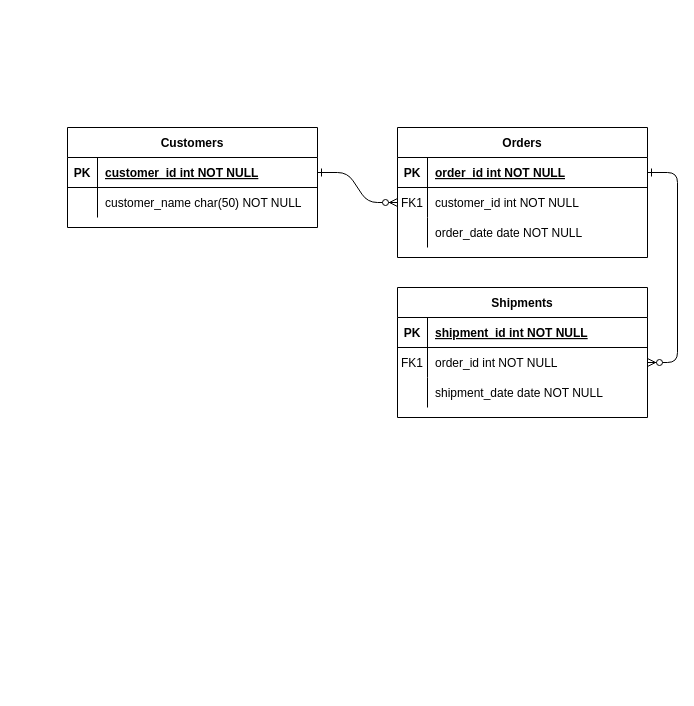
body-88/my-first-repo keeps this draw.io diagram as page "Page-1" (1 of 2) of Untitled Diagram.drawio. Above is the earlier version. Source tidied: cells renumbered, new cells numbered last; positions are measured from the earlier drawing's top-left corner, leaving out a move shared by most shapes. Both pictures are drawn from the tidied source at 100%, with x=0, y=0 at pixel (67, 127).
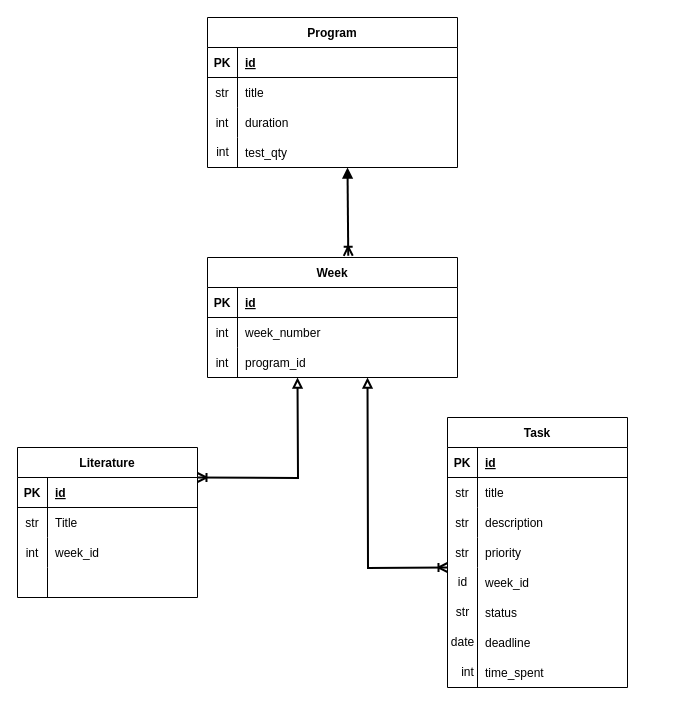
The same diagram, later.

The change refers to these unchanged cells:
```xml
<mxCell id="5" style="shape=partialRectangle;fillColor=none;points=[[0,0.5],[1,0.5]];portConstraint=eastwest;top=0;left=0;right=0;bottom=1;" parent="4" vertex="1">
  <mxGeometry y="30" width="250" height="30" as="geometry" />
</mxCell>
<mxCell id="8" style="shape=partialRectangle;fillColor=none;points=[[0,0.5],[1,0.5]];portConstraint=eastwest;top=0;left=0;right=0;bottom=0;" parent="4" vertex="1">
  <mxGeometry y="60" width="250" height="30" as="geometry" />
</mxCell>
<mxCell id="11" style="shape=partialRectangle;fillColor=none;points=[[0,0.5],[1,0.5]];portConstraint=eastwest;top=0;left=0;right=0;bottom=0;" parent="4" vertex="1">
  <mxGeometry y="90" width="250" height="30" as="geometry" />
</mxCell>
<mxCell id="15" style="shape=partialRectangle;fillColor=none;top=0;left=0;right=0;bottom=1;" parent="14" vertex="1">
  <mxGeometry y="30" width="250" height="30" as="geometry" />
</mxCell>
<mxCell id="18" style="shape=partialRectangle;fillColor=none;points=[[0,0.5],[1,0.5]];portConstraint=eastwest;top=0;left=0;right=0;bottom=0;" parent="14" vertex="1">
  <mxGeometry y="60" width="250" height="30" as="geometry" />
</mxCell>
<mxCell id="21" style="shape=partialRectangle;fillColor=none;top=0;left=0;right=0;bottom=0;" parent="14" vertex="1">
  <mxGeometry y="90" width="250" height="30" as="geometry" />
</mxCell>
```

Diff of the diagram source:
```diff
@@
-    <mxCell id="2" style="edgeStyle=entityRelationEdgeStyle;endArrow=ERzeroToMany;startArrow=ERone;endFill=1;startFill=0;" parent="1" edge="1" source="25" target="8">
-      <mxGeometry relative="1" as="geometry" />
-    </mxCell>
-    <mxCell id="3" style="edgeStyle=entityRelationEdgeStyle;endArrow=ERzeroToMany;startArrow=ERone;endFill=1;startFill=0;" parent="1" edge="1" source="5" target="18">
-      <mxGeometry relative="1" as="geometry" />
-    </mxCell>
-    <mxCell id="4" value="Orders" style="shape=table;startSize=30;childLayout=tableLayout;rowLines=0;fontStyle=1;align=center;" parent="1" vertex="1">
-      <mxGeometry x="330" width="250" height="130" as="geometry" />
+    <mxCell id="4" value="Program" style="shape=table;startSize=30;childLayout=tableLayout;rowLines=0;fontStyle=1;align=center;" parent="1" vertex="1">
+      <mxGeometry x="140" y="-110" width="250" height="150" as="geometry" />
     </mxCell>
@@
-    <mxCell id="7" value="order_id int NOT NULL " style="shape=partialRectangle;overflow=hidden;fillColor=none;top=0;left=0;bottom=0;right=0;align=left;spacingLeft=6;fontStyle=5;" parent="5" vertex="1">
+    <mxCell id="7" value="id" style="shape=partialRectangle;overflow=hidden;fillColor=none;top=0;left=0;bottom=0;right=0;align=left;spacingLeft=6;fontStyle=5;" parent="5" vertex="1">
       <mxGeometry x="30" width="220" height="30" as="geometry" />
     </mxCell>
@@
-    <mxCell id="9" value="FK1" style="shape=partialRectangle;overflow=hidden;fillColor=none;top=0;left=0;bottom=0;right=0;" parent="8" vertex="1">
+    <mxCell id="9" value="str" style="shape=partialRectangle;overflow=hidden;fillColor=none;top=0;left=0;bottom=0;right=0;" parent="8" vertex="1">
       <mxGeometry width="30" height="30" as="geometry" />
     </mxCell>
-    <mxCell id="10" value="customer_id int NOT NULL" style="shape=partialRectangle;overflow=hidden;fillColor=none;top=0;left=0;bottom=0;right=0;align=left;spacingLeft=6;" parent="8" vertex="1">
+    <mxCell id="10" value="title" style="shape=partialRectangle;overflow=hidden;fillColor=none;top=0;left=0;bottom=0;right=0;align=left;spacingLeft=6;" parent="8" vertex="1">
       <mxGeometry x="30" width="220" height="30" as="geometry" />
     </mxCell>
@@
-    <mxCell id="12" style="shape=partialRectangle;overflow=hidden;fillColor=none;top=0;left=0;bottom=0;right=0;" parent="11" vertex="1">
+    <mxCell id="12" value="int" style="shape=partialRectangle;overflow=hidden;fillColor=none;top=0;left=0;bottom=0;right=0;" parent="11" vertex="1">
       <mxGeometry width="30" height="30" as="geometry" />
     </mxCell>
-    <mxCell id="13" value="order_date date NOT NULL" style="shape=partialRectangle;overflow=hidden;fillColor=none;top=0;left=0;bottom=0;right=0;align=left;spacingLeft=6;" parent="11" vertex="1">
+    <mxCell id="13" value="duration" style="shape=partialRectangle;overflow=hidden;fillColor=none;top=0;left=0;bottom=0;right=0;align=left;spacingLeft=6;" parent="11" vertex="1">
       <mxGeometry x="30" width="220" height="30" as="geometry" />
     </mxCell>
-    <mxCell id="14" value="Shipments" style="shape=table;startSize=30;childLayout=tableLayout;rowLines=0;fontStyle=1;align=center;" parent="1" vertex="1">
-      <mxGeometry x="330" y="160" width="250" height="130" as="geometry" />
+    <mxCell id="14" value="Week" style="shape=table;startSize=30;childLayout=tableLayout;rowLines=0;fontStyle=1;align=center;" parent="1" vertex="1">
+      <mxGeometry x="140" y="130" width="250" height="120" as="geometry" />
     </mxCell>
@@
-    <mxCell id="17" value="shipment_id int NOT NULL " style="shape=partialRectangle;overflow=hidden;fillColor=none;top=0;left=0;bottom=0;right=0;align=left;spacingLeft=6;fontStyle=5;" parent="15" vertex="1">
+    <mxCell id="17" value="id" style="shape=partialRectangle;overflow=hidden;fillColor=none;top=0;left=0;bottom=0;right=0;align=left;spacingLeft=6;fontStyle=5;" parent="15" vertex="1">
       <mxGeometry x="30" width="220" height="30" as="geometry" />
     </mxCell>
@@
-    <mxCell id="19" value="FK1" style="shape=partialRectangle;overflow=hidden;fillColor=none;top=0;left=0;bottom=0;right=0;" parent="18" vertex="1">
+    <mxCell id="19" value="int" style="shape=partialRectangle;overflow=hidden;fillColor=none;top=0;left=0;bottom=0;right=0;" parent="18" vertex="1">
       <mxGeometry width="30" height="30" as="geometry" />
     </mxCell>
-    <mxCell id="20" value="order_id int NOT NULL" style="shape=partialRectangle;overflow=hidden;fillColor=none;top=0;left=0;bottom=0;right=0;align=left;spacingLeft=6;" parent="18" vertex="1">
+    <mxCell id="20" value="week_number" style="shape=partialRectangle;overflow=hidden;fillColor=none;top=0;left=0;bottom=0;right=0;align=left;spacingLeft=6;" parent="18" vertex="1">
       <mxGeometry x="30" width="220" height="30" as="geometry" />
     </mxCell>
@@
-    <mxCell id="22" style="shape=partialRectangle;overflow=hidden;fillColor=none;top=0;left=0;bottom=0;right=0;" parent="21" vertex="1">
+    <mxCell id="22" value="int" style="shape=partialRectangle;overflow=hidden;fillColor=none;top=0;left=0;bottom=0;right=0;" parent="21" vertex="1">
       <mxGeometry width="30" height="30" as="geometry" />
     </mxCell>
-    <mxCell id="23" value="shipment_date date NOT NULL" style="shape=partialRectangle;overflow=hidden;fillColor=none;top=0;left=0;bottom=0;right=0;align=left;spacingLeft=6;" parent="21" vertex="1">
+    <mxCell id="23" value="program_id" style="shape=partialRectangle;overflow=hidden;fillColor=none;top=0;left=0;bottom=0;right=0;align=left;spacingLeft=6;" parent="21" vertex="1">
       <mxGeometry x="30" width="220" height="30" as="geometry" />
     </mxCell>
-    <mxCell id="24" value="Customers" style="shape=table;startSize=30;childLayout=tableLayout;rowLines=0;fontStyle=1;align=center;" parent="1" vertex="1">
-      <mxGeometry width="250" height="100" as="geometry" />
-    </mxCell>
-    <mxCell id="25" style="shape=partialRectangle;fillColor=none;points=[[0,0.5],[1,0.5]];portConstraint=eastwest;top=0;left=0;right=0;bottom=1;" parent="24" vertex="1">
-      <mxGeometry y="30" width="250" height="30" as="geometry" />
-    </mxCell>
-    <mxCell id="26" value="PK" style="shape=partialRectangle;overflow=hidden;fillColor=none;top=0;left=0;bottom=0;right=0;fontStyle=1;" parent="25" vertex="1">
-      <mxGeometry width="30" height="30" as="geometry" />
-    </mxCell>
-    <mxCell id="27" value="customer_id int NOT NULL " style="shape=partialRectangle;overflow=hidden;fillColor=none;top=0;left=0;bottom=0;right=0;align=left;spacingLeft=6;fontStyle=5;" parent="25" vertex="1">
-      <mxGeometry x="30" width="220" height="30" as="geometry" />
-    </mxCell>
-    <mxCell id="28" style="shape=partialRectangle;fillColor=none;top=0;left=0;right=0;bottom=0;" parent="24" vertex="1">
-      <mxGeometry y="60" width="250" height="30" as="geometry" />
-    </mxCell>
-    <mxCell id="29" style="shape=partialRectangle;overflow=hidden;fillColor=none;top=0;left=0;bottom=0;right=0;" parent="28" vertex="1">
-      <mxGeometry width="30" height="30" as="geometry" />
-    </mxCell>
-    <mxCell id="30" value="customer_name char(50) NOT NULL" style="shape=partialRectangle;overflow=hidden;fillColor=none;top=0;left=0;bottom=0;right=0;align=left;spacingLeft=6;" parent="28" vertex="1">
-      <mxGeometry x="30" width="220" height="30" as="geometry" />
-    </mxCell>
+    <mxCell id="31" style="endArrow=none;html=1;rounded=0;" parent="1" edge="1" source="11">
+      <mxGeometry relative="1" as="geometry">
+        <mxPoint x="330" y="10" as="targetPoint" />
+      </mxGeometry>
+    </mxCell>
+    <mxCell id="32" value="test_qty" style="shape=partialRectangle;overflow=hidden;fillColor=none;top=0;left=0;bottom=0;right=0;align=left;spacingLeft=6;" parent="1" vertex="1">
+      <mxGeometry x="170" y="10" width="220" height="30" as="geometry" />
+    </mxCell>
+    <mxCell id="33" style="endArrow=none;html=1;rounded=0;" parent="1" edge="1">
+      <mxGeometry relative="1" as="geometry">
+        <mxPoint x="170" y="40" as="sourcePoint" />
+        <mxPoint x="170" y="10" as="targetPoint" />
+      </mxGeometry>
+    </mxCell>
+    <mxCell id="34" value="int" style="text;html=1;align=center;verticalAlign=middle;strokeColor=none;fillColor=none;" parent="1" vertex="1">
+      <mxGeometry x="140" y="15" width="30" height="20" as="geometry" />
+    </mxCell>
+    <mxCell id="35" value="Task" style="shape=table;startSize=30;childLayout=tableLayout;rowLines=0;fontStyle=1;align=center;" parent="1" vertex="1">
+      <mxGeometry x="380" y="290" width="180" height="270" as="geometry" />
+    </mxCell>
+    <mxCell id="36" style="shape=tableRow;horizontal=0;startSize=0;swimlaneHead=0;swimlaneBody=0;fillColor=none;top=0;left=0;right=0;bottom=1;" parent="35" vertex="1">
+      <mxGeometry y="30" width="180" height="30" as="geometry" />
+    </mxCell>
+    <mxCell id="37" value="PK" style="shape=partialRectangle;fillColor=none;top=0;left=0;bottom=0;right=0;fontStyle=1;overflow=hidden;" parent="36" vertex="1">
+      <mxGeometry width="30" height="30" as="geometry" />
+    </mxCell>
+    <mxCell id="38" value="id" style="shape=partialRectangle;fillColor=none;top=0;left=0;bottom=0;right=0;align=left;spacingLeft=6;fontStyle=5;overflow=hidden;" parent="36" vertex="1">
+      <mxGeometry x="30" width="150" height="30" as="geometry" />
+    </mxCell>
+    <mxCell id="39" style="shape=tableRow;horizontal=0;startSize=0;swimlaneHead=0;swimlaneBody=0;fillColor=none;top=0;left=0;right=0;bottom=0;" parent="35" vertex="1">
+      <mxGeometry y="60" width="180" height="30" as="geometry" />
+    </mxCell>
+    <mxCell id="40" value="str" style="shape=partialRectangle;fillColor=none;top=0;left=0;bottom=0;right=0;overflow=hidden;" parent="39" vertex="1">
+      <mxGeometry width="30" height="30" as="geometry" />
+    </mxCell>
+    <mxCell id="41" value="title" style="shape=partialRectangle;fillColor=none;top=0;left=0;bottom=0;right=0;align=left;spacingLeft=6;overflow=hidden;" parent="39" vertex="1">
+      <mxGeometry x="30" width="150" height="30" as="geometry" />
+    </mxCell>
+    <mxCell id="42" style="shape=tableRow;horizontal=0;startSize=0;swimlaneHead=0;swimlaneBody=0;fillColor=none;top=0;left=0;right=0;bottom=0;" parent="35" vertex="1">
+      <mxGeometry y="90" width="180" height="30" as="geometry" />
+    </mxCell>
+    <mxCell id="43" value="str" style="shape=partialRectangle;fillColor=none;top=0;left=0;bottom=0;right=0;overflow=hidden;" parent="42" vertex="1">
+      <mxGeometry width="30" height="30" as="geometry" />
+    </mxCell>
+    <mxCell id="44" value="description" style="shape=partialRectangle;fillColor=none;top=0;left=0;bottom=0;right=0;align=left;spacingLeft=6;overflow=hidden;" parent="42" vertex="1">
+      <mxGeometry x="30" width="150" height="30" as="geometry" />
+    </mxCell>
+    <mxCell id="45" style="shape=tableRow;horizontal=0;startSize=0;swimlaneHead=0;swimlaneBody=0;fillColor=none;top=0;left=0;right=0;bottom=0;" parent="35" vertex="1">
+      <mxGeometry y="120" width="180" height="30" as="geometry" />
+    </mxCell>
+    <mxCell id="46" value="str" style="shape=partialRectangle;fillColor=none;top=0;left=0;bottom=0;right=0;overflow=hidden;" parent="45" vertex="1">
+      <mxGeometry width="30" height="30" as="geometry" />
+    </mxCell>
+    <mxCell id="47" value="priority" style="shape=partialRectangle;fillColor=none;top=0;left=0;bottom=0;right=0;align=left;spacingLeft=6;overflow=hidden;" parent="45" vertex="1">
+      <mxGeometry x="30" width="150" height="30" as="geometry" />
+    </mxCell>
+    <mxCell id="48" value="Literature" style="shape=table;startSize=30;childLayout=tableLayout;rowLines=0;fontStyle=1;align=center;" parent="1" vertex="1">
+      <mxGeometry x="-50" y="320" width="180" height="150" as="geometry" />
+    </mxCell>
+    <mxCell id="49" style="shape=tableRow;horizontal=0;startSize=0;swimlaneHead=0;swimlaneBody=0;fillColor=none;top=0;left=0;right=0;bottom=1;" parent="48" vertex="1">
+      <mxGeometry y="30" width="180" height="30" as="geometry" />
+    </mxCell>
+    <mxCell id="50" value="PK" style="shape=partialRectangle;fillColor=none;top=0;left=0;bottom=0;right=0;fontStyle=1;overflow=hidden;" parent="49" vertex="1">
+      <mxGeometry width="30" height="30" as="geometry" />
+    </mxCell>
+    <mxCell id="51" value="id" style="shape=partialRectangle;fillColor=none;top=0;left=0;bottom=0;right=0;align=left;spacingLeft=6;fontStyle=5;overflow=hidden;" parent="49" vertex="1">
+      <mxGeometry x="30" width="150" height="30" as="geometry" />
+    </mxCell>
+    <mxCell id="52" style="shape=tableRow;horizontal=0;startSize=0;swimlaneHead=0;swimlaneBody=0;fillColor=none;top=0;left=0;right=0;bottom=0;" parent="48" vertex="1">
+      <mxGeometry y="60" width="180" height="30" as="geometry" />
+    </mxCell>
+    <mxCell id="53" value="str" style="shape=partialRectangle;fillColor=none;top=0;left=0;bottom=0;right=0;overflow=hidden;" parent="52" vertex="1">
+      <mxGeometry width="30" height="30" as="geometry" />
+    </mxCell>
+    <mxCell id="54" value="Title" style="shape=partialRectangle;fillColor=none;top=0;left=0;bottom=0;right=0;align=left;spacingLeft=6;overflow=hidden;" parent="52" vertex="1">
+      <mxGeometry x="30" width="150" height="30" as="geometry" />
+    </mxCell>
+    <mxCell id="55" style="shape=tableRow;horizontal=0;startSize=0;swimlaneHead=0;swimlaneBody=0;fillColor=none;top=0;left=0;right=0;bottom=0;" parent="48" vertex="1">
+      <mxGeometry y="90" width="180" height="30" as="geometry" />
+    </mxCell>
+    <mxCell id="56" value="int" style="shape=partialRectangle;fillColor=none;top=0;left=0;bottom=0;right=0;overflow=hidden;" parent="55" vertex="1">
+      <mxGeometry width="30" height="30" as="geometry" />
+    </mxCell>
+    <mxCell id="57" value="week_id" style="shape=partialRectangle;fillColor=none;top=0;left=0;bottom=0;right=0;align=left;spacingLeft=6;overflow=hidden;" parent="55" vertex="1">
+      <mxGeometry x="30" width="150" height="30" as="geometry" />
+    </mxCell>
+    <mxCell id="58" style="shape=tableRow;horizontal=0;startSize=0;swimlaneHead=0;swimlaneBody=0;fillColor=none;top=0;left=0;right=0;bottom=0;" parent="48" vertex="1">
+      <mxGeometry y="120" width="180" height="30" as="geometry" />
+    </mxCell>
+    <mxCell id="59" style="shape=partialRectangle;fillColor=none;top=0;left=0;bottom=0;right=0;overflow=hidden;" parent="58" vertex="1">
+      <mxGeometry width="30" height="30" as="geometry" />
+    </mxCell>
+    <mxCell id="60" style="shape=partialRectangle;fillColor=none;top=0;left=0;bottom=0;right=0;align=left;spacingLeft=6;overflow=hidden;" parent="58" vertex="1">
+      <mxGeometry x="30" width="150" height="30" as="geometry" />
+    </mxCell>
+    <mxCell id="61" value="week_id" style="shape=partialRectangle;fillColor=none;top=0;left=0;bottom=0;right=0;align=left;spacingLeft=6;overflow=hidden;" parent="1" vertex="1">
+      <mxGeometry x="410" y="440" width="150" height="30" as="geometry" />
+    </mxCell>
+    <mxCell id="62" value="status" style="shape=partialRectangle;fillColor=none;top=0;left=0;bottom=0;right=0;align=left;spacingLeft=6;overflow=hidden;" parent="1" vertex="1">
+      <mxGeometry x="410" y="470" width="150" height="30" as="geometry" />
+    </mxCell>
+    <mxCell id="63" value="deadline" style="shape=partialRectangle;fillColor=none;top=0;left=0;bottom=0;right=0;align=left;spacingLeft=6;overflow=hidden;" parent="1" vertex="1">
+      <mxGeometry x="410" y="500" width="150" height="30" as="geometry" />
+    </mxCell>
+    <mxCell id="64" value="time_spent" style="shape=partialRectangle;fillColor=none;top=0;left=0;bottom=0;right=0;align=left;spacingLeft=6;overflow=hidden;" parent="1" vertex="1">
+      <mxGeometry x="410" y="530" width="150" height="30" as="geometry" />
+    </mxCell>
+    <mxCell id="65" value="id" style="text;html=1;align=center;verticalAlign=middle;strokeColor=none;fillColor=none;" parent="1" vertex="1">
+      <mxGeometry x="385" y="445" width="20" height="20" as="geometry" />
+    </mxCell>
+    <mxCell id="66" value="str" style="text;html=1;align=center;verticalAlign=middle;strokeColor=none;fillColor=none;" parent="1" vertex="1">
+      <mxGeometry x="380" y="475" width="30" height="20" as="geometry" />
+    </mxCell>
+    <mxCell id="67" value="date" style="text;html=1;align=center;verticalAlign=middle;strokeColor=none;fillColor=none;" parent="1" vertex="1">
+      <mxGeometry x="375" y="505" width="40" height="20" as="geometry" />
+    </mxCell>
+    <mxCell id="68" value="int" style="text;html=1;align=center;verticalAlign=middle;strokeColor=none;fillColor=none;" parent="1" vertex="1">
+      <mxGeometry x="385" y="535" width="30" height="20" as="geometry" />
+    </mxCell>
+    <mxCell id="69" style="endArrow=none;html=1;rounded=0;" parent="1" edge="1">
+      <mxGeometry relative="1" as="geometry">
+        <mxPoint x="410" y="560" as="sourcePoint" />
+        <mxPoint x="410" y="440" as="targetPoint" />
+      </mxGeometry>
+    </mxCell>
+    <mxCell id="70" style="fontSize=12;html=1;endArrow=ERoneToMany;rounded=0;labelBackgroundColor=default;fontFamily=Helvetica;fontColor=default;strokeColor=default;startArrow=block;startFill=1;entryX=0.563;entryY=-0.014;entryDx=0;entryDy=0;entryPerimeter=0;strokeWidth=2;" parent="1" edge="1" target="14">
+      <mxGeometry relative="1" as="geometry">
+        <mxPoint x="280" y="40" as="sourcePoint" />
+      </mxGeometry>
+    </mxCell>
+    <mxCell id="71" style="edgeStyle=orthogonalEdgeStyle;fontSize=12;html=1;endArrow=block;rounded=0;labelBackgroundColor=default;fontFamily=Helvetica;fontColor=default;strokeColor=default;strokeWidth=2;endFill=0;startArrow=ERoneToMany;startFill=0;" parent="1" edge="1">
+      <mxGeometry relative="1" as="geometry">
+        <mxPoint x="130" y="350" as="sourcePoint" />
+        <mxPoint x="230" y="250" as="targetPoint" />
+      </mxGeometry>
+    </mxCell>
+    <mxCell id="72" style="edgeStyle=orthogonalEdgeStyle;fontSize=12;html=1;endArrow=block;rounded=0;labelBackgroundColor=default;fontFamily=Helvetica;fontColor=default;strokeColor=default;strokeWidth=2;endFill=0;startArrow=ERoneToMany;startFill=0;" parent="1" edge="1">
+      <mxGeometry relative="1" as="geometry">
+        <mxPoint x="380" y="440" as="sourcePoint" />
+        <mxPoint x="300" y="250" as="targetPoint" />
+      </mxGeometry>
+    </mxCell>
```
